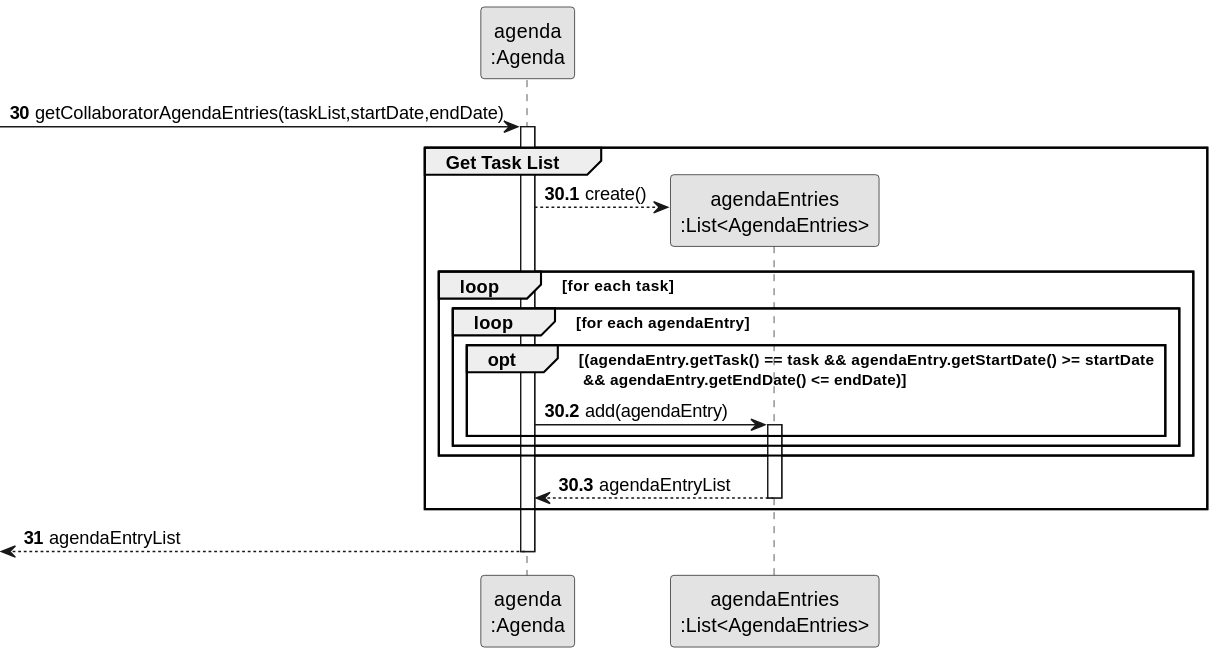
The PlantUML diagram docs/sprintC/us028/03.design/svg/us028-sequence-diagram-partial-get-entry-list.svg in diogoveirospro/lei-24-s2-1dg-g072, before a commit.
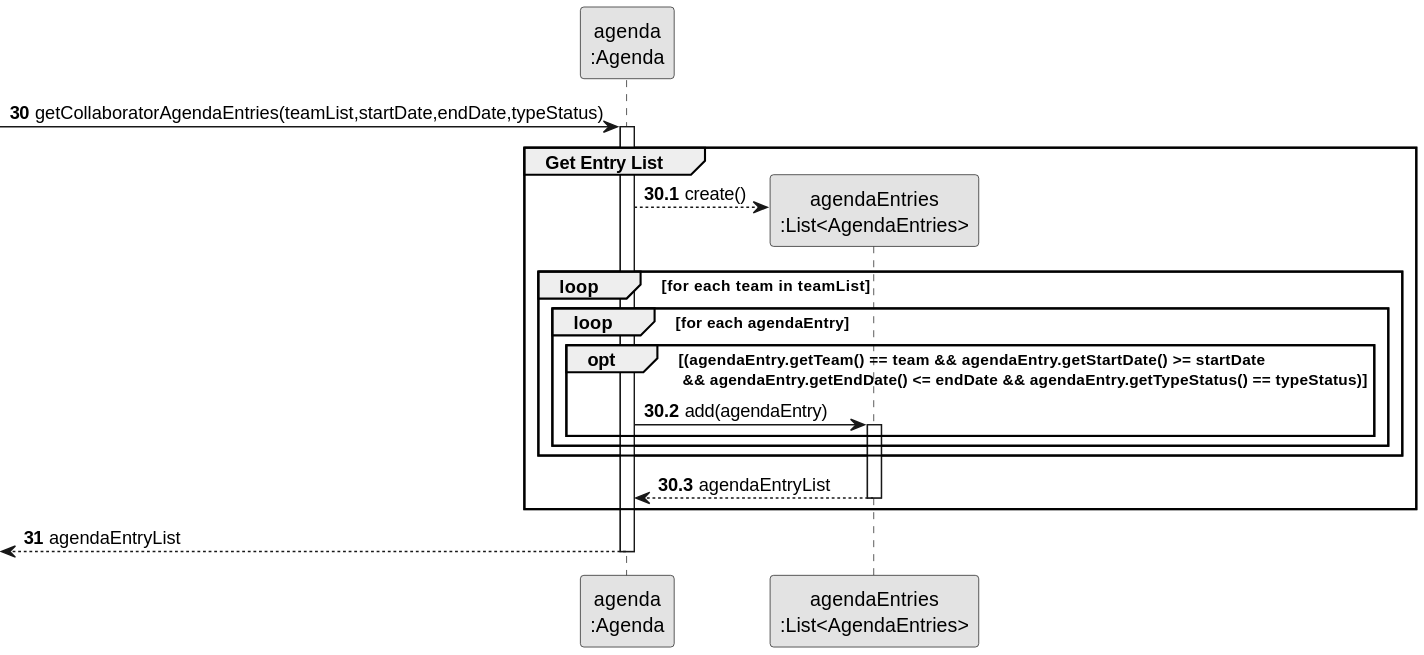
After the change.

Diff of the diagram source:
```diff
@@ -12,16 +12,16 @@
 
 autonumber 30
 
- -> AGENDA : getCollaboratorAgendaEntries(taskList,startDate,endDate)
+ -> AGENDA : getCollaboratorAgendaEntries(teamList,startDate,endDate,typeStatus)
 autonumber 30.1
 activate AGENDA
-    group Get Task List
+    group Get Entry List
 
 
             AGENDA --> AGENDAENTRIES** : create()
-                loop for each task
+                loop for each team in teamList
                     loop for each agendaEntry
-                        opt (agendaEntry.getTask() == task && agendaEntry.getStartDate() >= startDate \n && agendaEntry.getEndDate() <= endDate)
+                        opt (agendaEntry.getTeam() == team && agendaEntry.getStartDate() >= startDate \n && agendaEntry.getEndDate() <= endDate && agendaEntry.getTypeStatus() == typeStatus)
                             AGENDA -> AGENDAENTRIES : add(agendaEntry)
                                 activate AGENDAENTRIES
                         end
```
